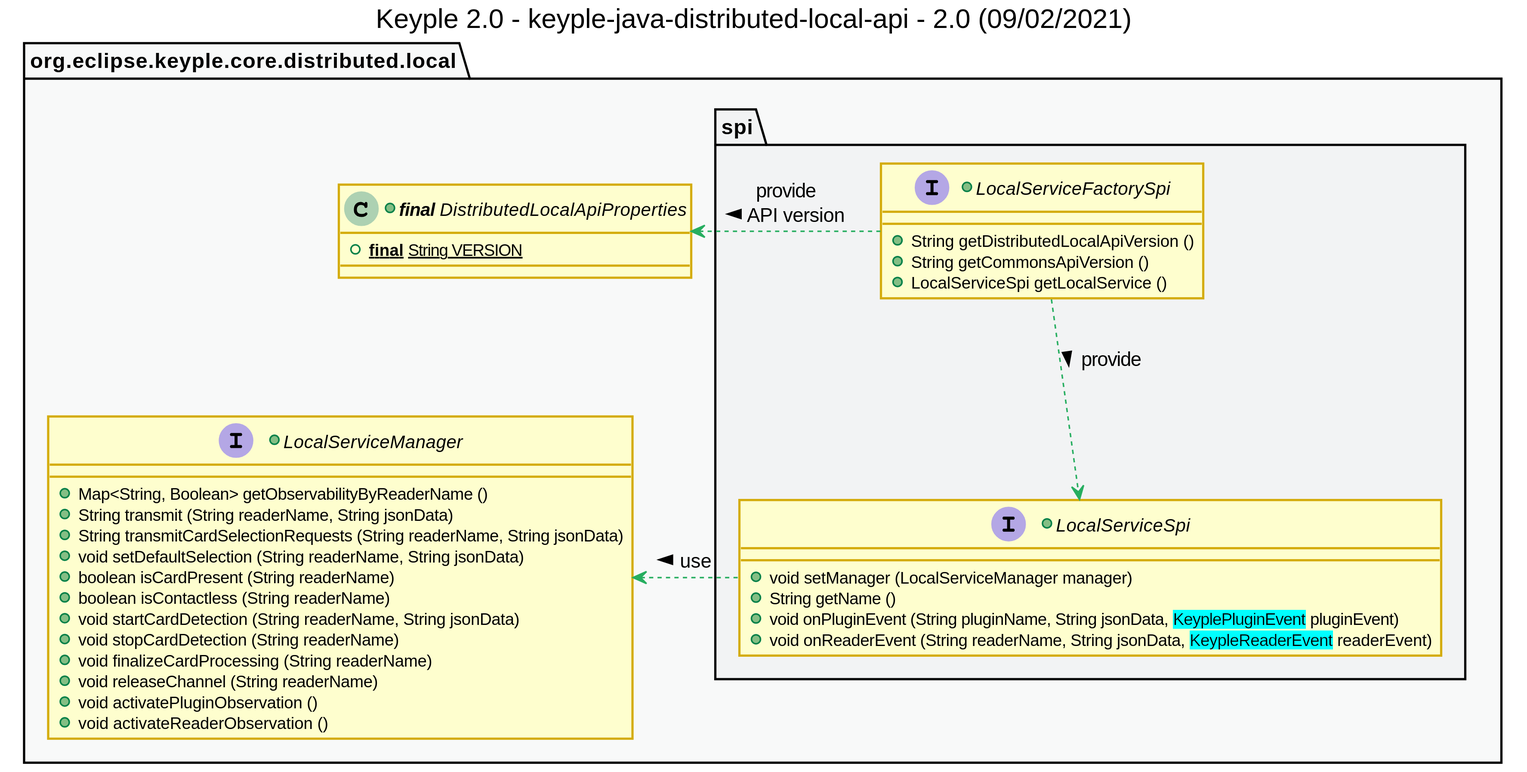
Earlier version of the PlantUML export uml/class/private-api/keyple_2_0_class_distributed_local_api.svg (calypsonet/keyple_2_0). Its diagram source:
```plantuml
@startuml
title
    Keyple 2.0 - keyple-java-distributed-local-api - 2.0 (09/02/2021)
end title


!define C_GREY1 F8F9F9
!define C_GREY2 F2F3F4
!define C_GREY3 E5E7E9
!define C_GREY4 D7DBDD
!define C_GREY5 CACFD2
!define C_GREY6 BDC3C7
!define C_LINK 3498DB
!define C_USE 27AE60

skinparam Shadowing false
skinparam ClassFontStyle italic
skinparam ClassBorderColor #D4AC0D
skinparam stereotypeABorderColor #A9DCDF
skinparam stereotypeIBorderColor #B4A7E5
skinparam stereotypeCBorderColor #ADD1B2
skinparam stereotypeEBorderColor #EB93DF
skinparam ClassBackgroundColor<<red>> #FDEDEC
skinparam ClassBorderColor<<red>> #E74C3C
hide <<red>> stereotype
skinparam ClassBackgroundColor<<purple>> #F4ECF7
skinparam ClassBorderColor<<purple>> #8E44AD
hide <<purple>> stereotype
skinparam ClassBackgroundColor<<blue>> #EBF5FB
skinparam ClassBorderColor<<blue>> #3498DB
hide <<blue>> stereotype
skinparam ClassBackgroundColor<<green>> #E9F7EF
skinparam ClassBorderColor<<green>> #27AE60
hide <<green>> stereotype
skinparam ClassBackgroundColor<<grey>> #EAECEE
skinparam ClassBorderColor<<grey>> #2C3E50
hide <<grey>> stereotype


package "org.eclipse.keyple.core.distributed.local" as api {
    +class "**final** DistributedLocalApiProperties" as ApiProperties {
        +{static} **final** String VERSION
    }
    +interface LocalServiceManager {
        +Map<String, Boolean> getObservabilityByReaderName ()
        +String transmit (String readerName, String jsonData)
        +String transmitCardSelectionRequests (String readerName, String jsonData)
        +void setDefaultSelection (String readerName, String jsonData)
        +boolean isCardPresent (String readerName)
        +boolean isContactless (String readerName)
        +void startCardDetection (String readerName, String jsonData)
        +void stopCardDetection (String readerName)
        +void finalizeCardProcessing (String readerName)
        +void releaseChannel (String readerName)
        +void activatePluginObservation ()
        +void activateReaderObservation ()
    }
    package spi {
        +interface LocalServiceFactorySpi {
            +String getDistributedLocalApiVersion ()
            +String getCommonsApiVersion ()
            +LocalServiceSpi getLocalService ()
        }
        +interface LocalServiceSpi {
            +void setManager (LocalServiceManager manager)
            +String getName ()
            +void onPluginEvent (String pluginName, String jsonData, <back:cyan>KeyplePluginEvent</back> pluginEvent)
            +void onReaderEvent (String readerName, String jsonData, <back:cyan>KeypleReaderEvent</back> readerEvent)
        }
    }
}


LocalServiceFactorySpi .left.> ApiProperties #C_USE : provide\nAPI version <
LocalServiceFactorySpi ..> LocalServiceSpi #C_USE : provide >

LocalServiceSpi .left.> LocalServiceManager #C_USE : use >




package api #C_GREY1 {}
package spi #C_GREY2 {}

@enduml
```
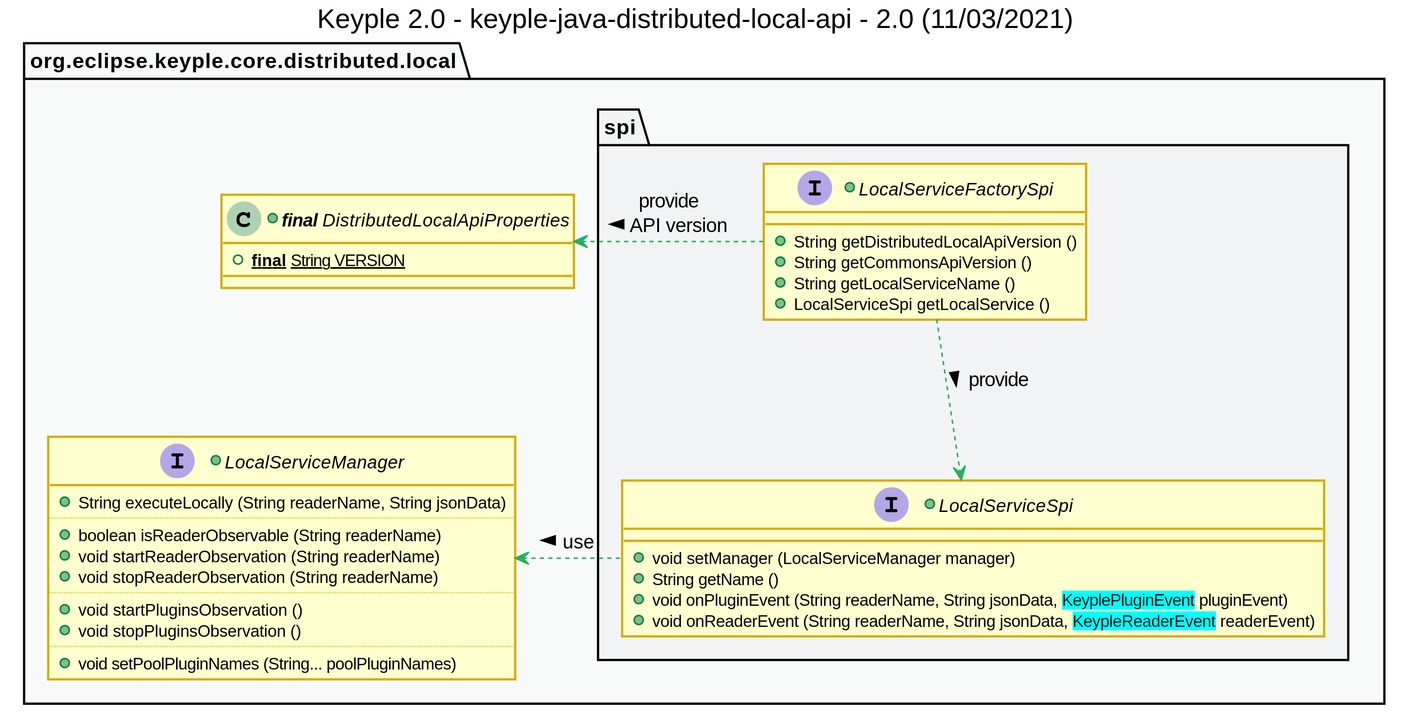
Later version of the same file.

Diff of the diagram source:
```diff
@@ -1,6 +1,6 @@
 @startuml
 title
-    Keyple 2.0 - keyple-java-distributed-local-api - 2.0 (09/02/2021)
+    Keyple 2.0 - keyple-java-distributed-local-api - 2.0 (11/03/2021)
 end title
 
 
@@ -42,29 +42,28 @@
         +{static} **final** String VERSION
     }
     +interface LocalServiceManager {
-        +Map<String, Boolean> getObservabilityByReaderName ()
-        +String transmit (String readerName, String jsonData)
-        +String transmitCardSelectionRequests (String readerName, String jsonData)
-        +void setDefaultSelection (String readerName, String jsonData)
-        +boolean isCardPresent (String readerName)
-        +boolean isContactless (String readerName)
-        +void startCardDetection (String readerName, String jsonData)
-        +void stopCardDetection (String readerName)
-        +void finalizeCardProcessing (String readerName)
-        +void releaseChannel (String readerName)
-        +void activatePluginObservation ()
-        +void activateReaderObservation ()
+        +String executeLocally (String readerName, String jsonData)
+        ..
+        +boolean isReaderObservable (String readerName)
+        +void startReaderObservation (String readerName)
+        +void stopReaderObservation (String readerName)
+        ..
+        +void startPluginsObservation ()
+        +void stopPluginsObservation ()
+        ..
+        +void setPoolPluginNames (String... poolPluginNames)
     }
     package spi {
         +interface LocalServiceFactorySpi {
             +String getDistributedLocalApiVersion ()
             +String getCommonsApiVersion ()
+            +String getLocalServiceName ()
             +LocalServiceSpi getLocalService ()
         }
         +interface LocalServiceSpi {
             +void setManager (LocalServiceManager manager)
             +String getName ()
-            +void onPluginEvent (String pluginName, String jsonData, <back:cyan>KeyplePluginEvent</back> pluginEvent)
+            +void onPluginEvent (String readerName, String jsonData, <back:cyan>KeyplePluginEvent</back> pluginEvent)
             +void onReaderEvent (String readerName, String jsonData, <back:cyan>KeypleReaderEvent</back> readerEvent)
         }
     }
```
